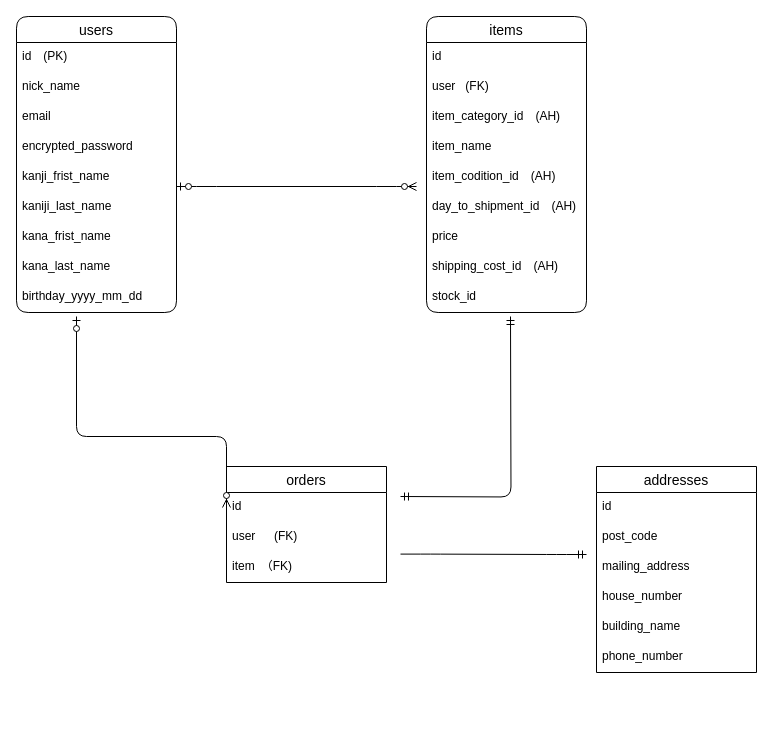
The draw.io diagram furima.dio in hiroaki9842/furima-idom2023, before the edit. Source tidied: cells renumbered, new cells numbered last; positions are measured from the earlier drawing's top-left corner, leaving out a move shared by most shapes. Both pictures are drawn from the tidied source at 100%, with x=0, y=0 at pixel (16, 16).
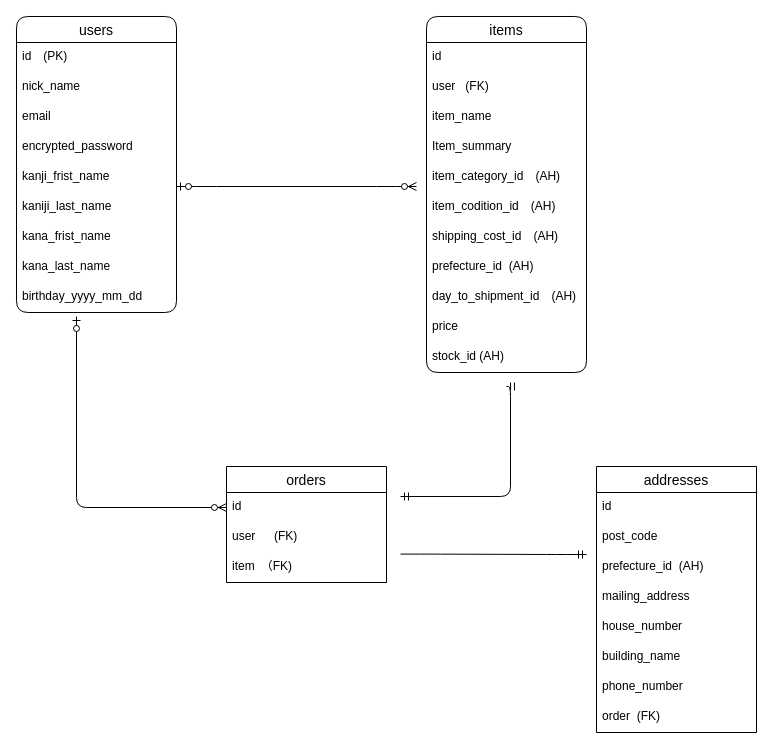
After the change.

Commit message:
ER図#5 再度修正

Unchanged cells that the change refers to:
```xml
<mxCell id="24" value="id" style="text;strokeColor=none;fillColor=none;spacingLeft=4;spacingRight=4;overflow=hidden;points=[[0,0.5],[1,0.5]];portConstraint=eastwest;fontSize=12;" parent="23" vertex="1">
  <mxGeometry y="26" width="160" height="30" as="geometry" />
</mxCell>
```

What changed in the source:
```diff
@@
     <mxCell id="12" value="items" style="swimlane;fontStyle=0;horizontal=1;startSize=26;align=center;fontSize=14;rounded=1;" parent="1" vertex="1">
-      <mxGeometry x="410" width="160" height="296" as="geometry" />
+      <mxGeometry x="410" width="160" height="356" as="geometry" />
     </mxCell>
@@
+    <mxCell id="16" value="item_name" style="text;strokeColor=none;fillColor=none;spacingLeft=4;spacingRight=4;overflow=hidden;fontSize=12;rounded=1;" parent="12" vertex="1">
+      <mxGeometry y="86" width="160" height="30" as="geometry" />
+    </mxCell>
+    <mxCell id="37" value="Item_summary" style="text;strokeColor=none;fillColor=none;spacingLeft=4;spacingRight=4;overflow=hidden;fontSize=12;" parent="12" vertex="1">
+      <mxGeometry y="116" width="160" height="30" as="geometry" />
+    </mxCell>
     <mxCell id="15" value="item_category_id　(AH)" style="text;strokeColor=none;fillColor=none;spacingLeft=4;spacingRight=4;overflow=hidden;fontSize=12;" parent="12" vertex="1">
-      <mxGeometry y="86" width="160" height="30" as="geometry" />
+      <mxGeometry y="146" width="160" height="30" as="geometry" />
     </mxCell>
-    <mxCell id="16" value="item_name" style="text;strokeColor=none;fillColor=none;spacingLeft=4;spacingRight=4;overflow=hidden;fontSize=12;rounded=1;" parent="12" vertex="1">
-      <mxGeometry y="116" width="160" height="30" as="geometry" />
-    </mxCell>
     <mxCell id="17" value="item_codition_id　(AH)" style="text;strokeColor=none;fillColor=none;spacingLeft=4;spacingRight=4;overflow=hidden;fontSize=12;rounded=1;" parent="12" vertex="1">
-      <mxGeometry y="146" width="160" height="30" as="geometry" />
+      <mxGeometry y="176" width="160" height="30" as="geometry" />
     </mxCell>
+    <mxCell id="20" value="shipping_cost_id　(AH)" style="text;strokeColor=none;fillColor=none;spacingLeft=4;spacingRight=4;overflow=hidden;fontSize=12;" parent="12" vertex="1">
+      <mxGeometry y="206" width="160" height="30" as="geometry" />
+    </mxCell>
+    <mxCell id="38" value="prefecture_id  (AH)" style="text;strokeColor=none;fillColor=none;spacingLeft=4;spacingRight=4;overflow=hidden;fontSize=12;" parent="12" vertex="1">
+      <mxGeometry y="236" width="160" height="30" as="geometry" />
+    </mxCell>
     <mxCell id="18" value="day_to_shipment_id　(AH)" style="text;strokeColor=none;fillColor=none;spacingLeft=4;spacingRight=4;overflow=hidden;fontSize=12;rounded=1;" parent="12" vertex="1">
-      <mxGeometry y="176" width="160" height="30" as="geometry" />
+      <mxGeometry y="266" width="160" height="30" as="geometry" />
     </mxCell>
     <mxCell id="19" value="price" style="text;strokeColor=none;fillColor=none;spacingLeft=4;spacingRight=4;overflow=hidden;fontSize=12;rounded=1;" parent="12" vertex="1">
-      <mxGeometry y="206" width="160" height="30" as="geometry" />
+      <mxGeometry y="296" width="160" height="30" as="geometry" />
     </mxCell>
-    <mxCell id="20" value="shipping_cost_id　(AH)" style="text;strokeColor=none;fillColor=none;spacingLeft=4;spacingRight=4;overflow=hidden;fontSize=12;" parent="12" vertex="1">
-      <mxGeometry y="236" width="160" height="30" as="geometry" />
-    </mxCell>
-    <mxCell id="21" value="stock_id" style="text;strokeColor=none;fillColor=none;spacingLeft=4;spacingRight=4;overflow=hidden;fontSize=12;rounded=1;" parent="12" vertex="1">
-      <mxGeometry y="266" width="160" height="30" as="geometry" />
+    <mxCell id="21" value="stock_id (AH)" style="text;strokeColor=none;fillColor=none;spacingLeft=4;spacingRight=4;overflow=hidden;fontSize=12;rounded=1;" parent="12" vertex="1">
+      <mxGeometry y="326" width="160" height="30" as="geometry" />
     </mxCell>
@@
     <mxCell id="27" style="edgeStyle=orthogonalEdgeStyle;fontSize=12;html=1;endArrow=ERzeroToMany;startArrow=ERzeroToOne;strokeColor=default;entryX=0;entryY=0.5;entryDx=0;entryDy=0;" parent="1" edge="1" target="24">
       <mxGeometry relative="1" as="geometry">
         <mxPoint x="60" y="300" as="sourcePoint" />
         <Array as="points">
-          <mxPoint x="60" y="420" />
-          <mxPoint x="210" y="420" />
+          <mxPoint x="60" y="491" />
         </Array>
       </mxGeometry>
     </mxCell>
     <mxCell id="28" value="addresses" style="swimlane;fontStyle=0;horizontal=1;startSize=26;align=center;fontSize=14;" parent="1" vertex="1">
-      <mxGeometry x="580" y="450" width="160" height="206" as="geometry" />
+      <mxGeometry x="580" y="450" width="160" height="266" as="geometry" />
     </mxCell>
@@
+    <mxCell id="39" value="prefecture_id  (AH)" style="text;strokeColor=none;fillColor=none;spacingLeft=4;spacingRight=4;overflow=hidden;fontSize=12;" parent="28" vertex="1">
+      <mxGeometry y="86" width="160" height="30" as="geometry" />
+    </mxCell>
     <mxCell id="31" value="mailing_address" style="text;strokeColor=none;fillColor=none;spacingLeft=4;spacingRight=4;overflow=hidden;fontSize=12;" parent="28" vertex="1">
-      <mxGeometry y="86" width="160" height="30" as="geometry" />
+      <mxGeometry y="116" width="160" height="30" as="geometry" />
     </mxCell>
     <mxCell id="32" value="house_number" style="text;strokeColor=none;fillColor=none;spacingLeft=4;spacingRight=4;overflow=hidden;fontSize=12;" parent="28" vertex="1">
-      <mxGeometry y="116" width="160" height="30" as="geometry" />
+      <mxGeometry y="146" width="160" height="30" as="geometry" />
     </mxCell>
     <mxCell id="33" value="building_name" style="text;strokeColor=none;fillColor=none;spacingLeft=4;spacingRight=4;overflow=hidden;fontSize=12;" parent="28" vertex="1">
-      <mxGeometry y="146" width="160" height="30" as="geometry" />
+      <mxGeometry y="176" width="160" height="30" as="geometry" />
     </mxCell>
     <mxCell id="34" value="phone_number" style="text;strokeColor=none;fillColor=none;spacingLeft=4;spacingRight=4;overflow=hidden;fontSize=12;" parent="28" vertex="1">
-      <mxGeometry y="176" width="160" height="30" as="geometry" />
+      <mxGeometry y="206" width="160" height="30" as="geometry" />
     </mxCell>
+    <mxCell id="40" value="order  (FK)" style="text;strokeColor=none;fillColor=none;spacingLeft=4;spacingRight=4;overflow=hidden;fontSize=12;" parent="28" vertex="1">
+      <mxGeometry y="236" width="160" height="30" as="geometry" />
+    </mxCell>
     <mxCell id="35" style="edgeStyle=orthogonalEdgeStyle;fontSize=12;html=1;endArrow=ERmandOne;startArrow=ERmandOne;strokeColor=default;" parent="1" edge="1">
       <mxGeometry relative="1" as="geometry">
         <mxPoint x="384" y="480" as="sourcePoint" />
-        <mxPoint x="494" y="300" as="targetPoint" />
+        <mxPoint x="490" y="370" as="targetPoint" />
+        <Array as="points">
+          <mxPoint x="494" y="480" />
+        </Array>
       </mxGeometry>
     </mxCell>
```
